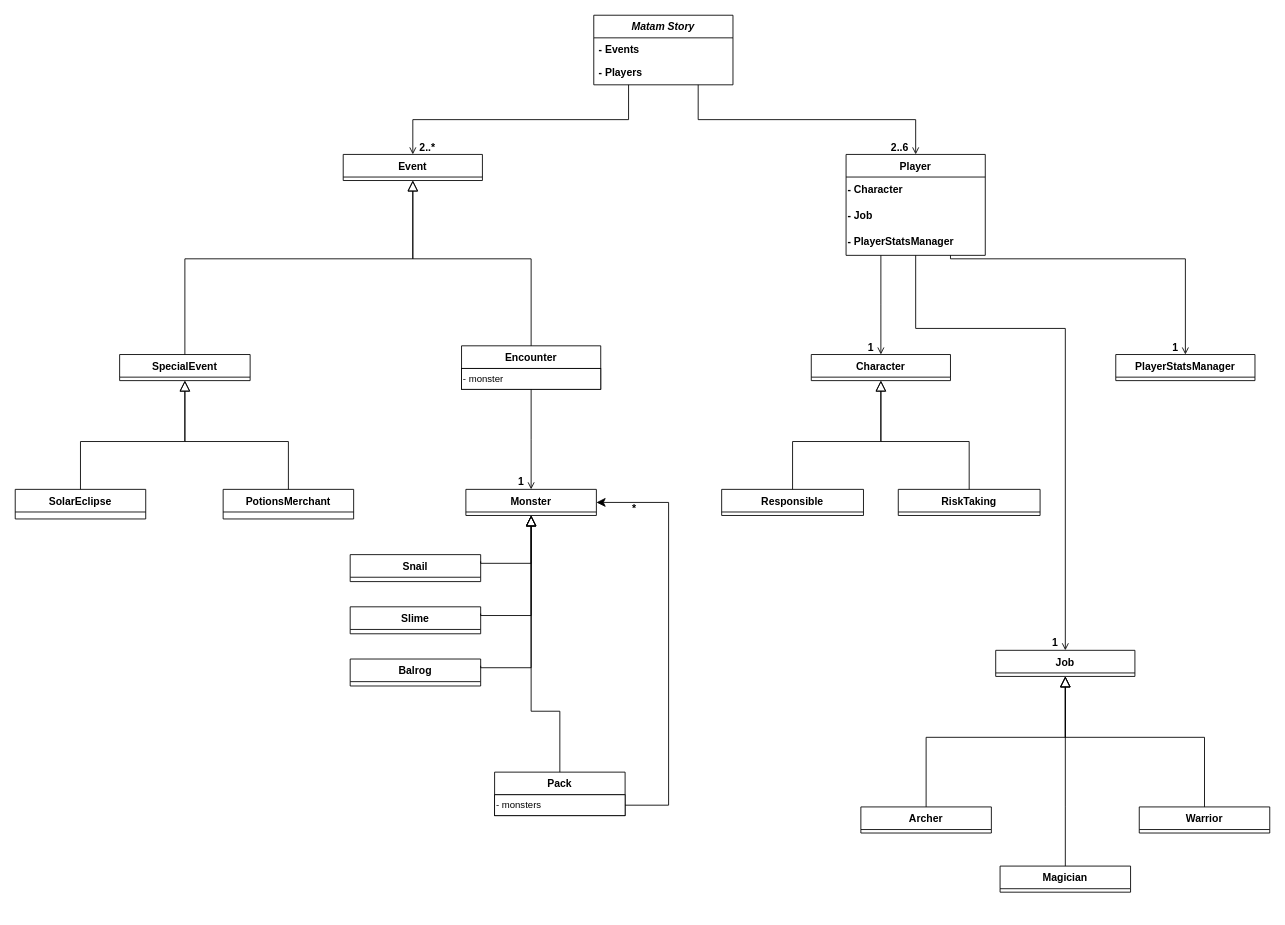
Earlier version of the draw.io diagram UML_for_dry.drawio (HssainAzaqy135/HW4_2425A). Source tidied: cells renumbered, new cells numbered last; positions are measured from the earlier drawing's top-left corner, leaving out a move shared by most shapes. Both pictures are drawn from the tidied source at 87%, with x=0, y=0 at pixel (15, 15).
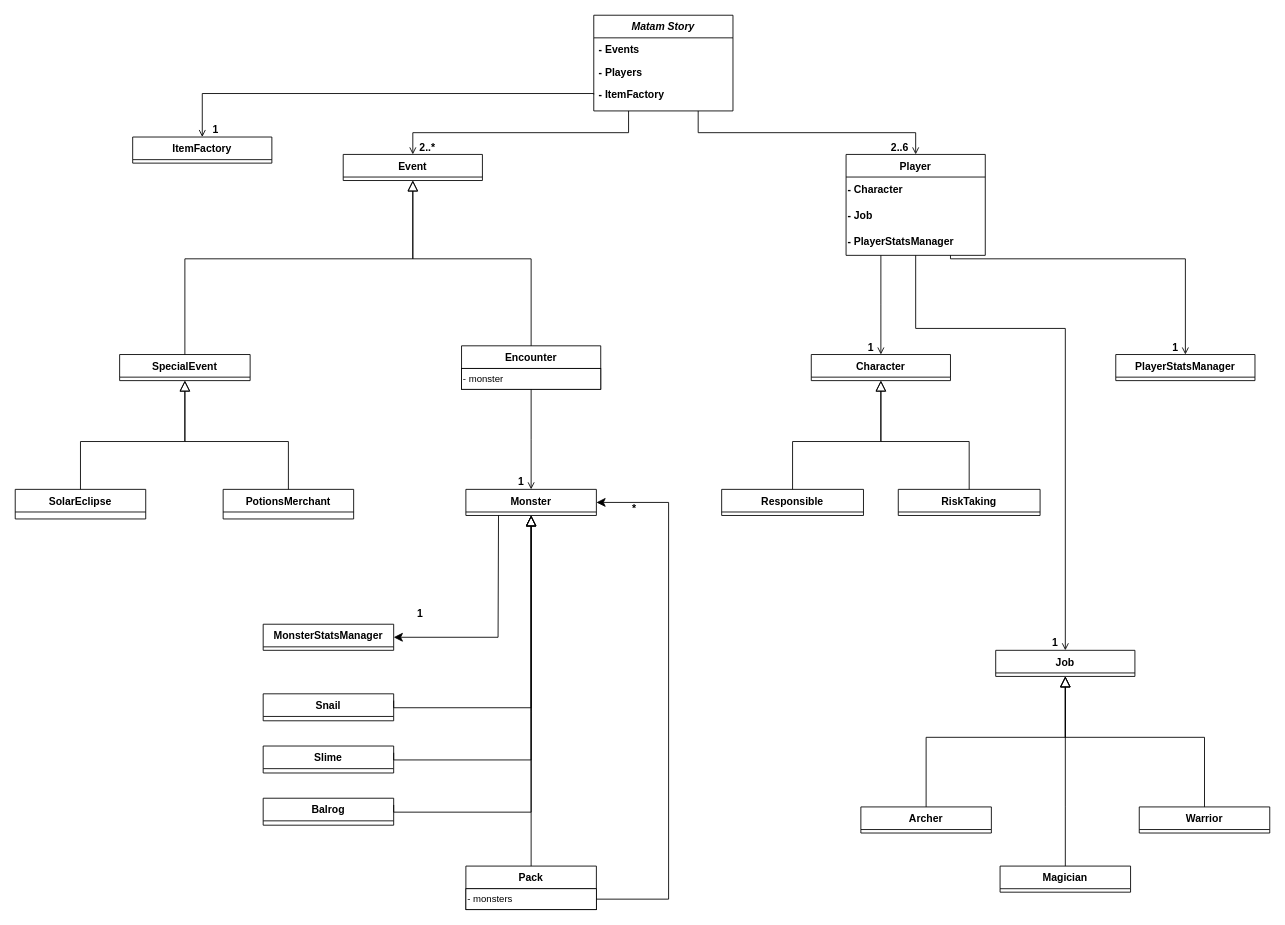
After the change.

The change refers to these unchanged cells:
```xml
<mxCell id="36" value="Monster" style="swimlane;fontStyle=1;align=center;verticalAlign=top;horizontal=1;startSize=26;rounded=0;shadow=0;strokeWidth=1;" parent="1" vertex="1">
  <mxGeometry x="518" y="545" width="150" height="30" as="geometry" />
</mxCell>
```

Diff of the diagram source:
```diff
@@
     <mxCell id="2" value="Matam Story" style="swimlane;fontStyle=3;align=center;verticalAlign=top;horizontal=1;startSize=26;rounded=0;shadow=0;strokeWidth=1;" parent="1" vertex="1">
-      <mxGeometry x="665" width="160" height="80" as="geometry" />
+      <mxGeometry x="665" width="160" height="110" as="geometry" />
     </mxCell>
@@
+    <mxCell id="56" value="- ItemFactory" style="text;align=left;verticalAlign=top;spacingLeft=4;spacingRight=4;overflow=hidden;points=[[0,0.5],[1,0.5]];portConstraint=eastwest;rounded=0;shadow=0;html=0;fontStyle=1;" parent="2" vertex="1">
+      <mxGeometry y="78" width="160" height="26" as="geometry" />
+    </mxCell>
@@
     <mxCell id="37" value="Balrog" style="swimlane;fontStyle=1;align=center;verticalAlign=top;horizontal=1;startSize=26;whiteSpace=wrap;html=1;" parent="1" vertex="1">
-      <mxGeometry x="385" y="740" width="150" height="31" as="geometry" />
+      <mxGeometry x="285" y="900" width="150" height="31" as="geometry" />
     </mxCell>
     <mxCell id="38" value="Snail" style="swimlane;fontStyle=1;align=center;verticalAlign=top;horizontal=1;startSize=26;whiteSpace=wrap;html=1;" parent="1" vertex="1">
-      <mxGeometry x="385" y="620" width="150" height="31" as="geometry" />
+      <mxGeometry x="285" y="780" width="150" height="31" as="geometry" />
     </mxCell>
     <mxCell id="39" value="Pack" style="swimlane;fontStyle=1;align=center;verticalAlign=top;horizontal=1;startSize=26;whiteSpace=wrap;html=1;" parent="1" vertex="1">
-      <mxGeometry x="551" y="870" width="150" height="50" as="geometry" />
+      <mxGeometry x="518" y="978" width="150" height="50" as="geometry" />
     </mxCell>
@@
     <mxCell id="41" value="Slime" style="swimlane;fontStyle=1;align=center;verticalAlign=top;horizontal=1;startSize=26;whiteSpace=wrap;html=1;" parent="1" vertex="1">
-      <mxGeometry x="385" y="680" width="150" height="31" as="geometry" />
+      <mxGeometry x="285" y="840" width="150" height="31" as="geometry" />
     </mxCell>
@@
     <mxCell id="48" style="endArrow=block;endSize=10;endFill=0;shadow=0;strokeWidth=1;rounded=0;edgeStyle=elbowEdgeStyle;elbow=vertical;entryX=0.5;entryY=1;entryDx=0;entryDy=0;fontStyle=1;exitX=1;exitY=0.25;exitDx=0;exitDy=0;" parent="1" edge="1" source="38" target="36">
       <mxGeometry relative="1" as="geometry">
         <Array as="points">
-          <mxPoint x="573" y="630" />
+          <mxPoint x="505" y="796" />
           <mxPoint x="601" y="845" />
         </Array>
       </mxGeometry>
     </mxCell>
     <mxCell id="49" style="endArrow=block;endSize=10;endFill=0;shadow=0;strokeWidth=1;rounded=0;edgeStyle=elbowEdgeStyle;elbow=vertical;entryX=0.5;entryY=1;entryDx=0;entryDy=0;fontStyle=1;exitX=1;exitY=0.25;exitDx=0;exitDy=0;" parent="1" edge="1" source="41" target="36">
       <mxGeometry relative="1" as="geometry">
         <Array as="points">
-          <mxPoint x="573" y="690" />
+          <mxPoint x="505" y="856" />
           <mxPoint x="611" y="855" />
         </Array>
       </mxGeometry>
     </mxCell>
     <mxCell id="50" style="endArrow=block;endSize=10;endFill=0;shadow=0;strokeWidth=1;rounded=0;edgeStyle=elbowEdgeStyle;elbow=vertical;fontStyle=1;exitX=1;exitY=0.25;exitDx=0;exitDy=0;entryX=0.5;entryY=1;entryDx=0;entryDy=0;" parent="1" edge="1" source="37" target="36">
       <mxGeometry relative="1" as="geometry">
         <Array as="points">
-          <mxPoint x="573" y="750" />
+          <mxPoint x="525" y="916" />
           <mxPoint x="621" y="865" />
         </Array>
       </mxGeometry>
     </mxCell>
@@
+    <mxCell id="57" value="MonsterStatsManager" style="swimlane;fontStyle=1;align=center;verticalAlign=top;horizontal=1;startSize=26;rounded=0;shadow=0;strokeWidth=1;" parent="1" vertex="1">
+      <mxGeometry x="285" y="700" width="150" height="30" as="geometry" />
+    </mxCell>
+    <mxCell id="58" style="edgeStyle=elbowEdgeStyle;elbow=horizontal;endArrow=classic;html=1;curved=0;rounded=0;endSize=8;startSize=8;entryX=1;entryY=0.5;entryDx=0;entryDy=0;exitX=0.25;exitY=1;exitDx=0;exitDy=0;" parent="1" edge="1" source="36" target="57">
+      <mxGeometry relative="1" as="geometry">
+        <Array as="points">
+          <mxPoint x="555" y="640" />
+        </Array>
+      </mxGeometry>
+    </mxCell>
+    <mxCell id="59" value="1" style="align=right;verticalAlign=bottom;labelBackgroundColor=none;fontSize=12;fontStyle=1;direction=south;" parent="1" vertex="1">
+      <mxGeometry x="435" y="630" as="geometry">
+        <mxPoint x="35" y="66" as="offset" />
+      </mxGeometry>
+    </mxCell>
+    <mxCell id="60" value="ItemFactory" style="swimlane;fontStyle=1;align=center;verticalAlign=top;horizontal=1;startSize=26;rounded=0;shadow=0;strokeWidth=1;" parent="1" vertex="1">
+      <mxGeometry x="135" y="140" width="160" height="30" as="geometry" />
+    </mxCell>
+    <mxCell id="61" style="endArrow=open;shadow=0;strokeWidth=1;rounded=0;endFill=1;edgeStyle=elbowEdgeStyle;elbow=vertical;exitX=0;exitY=0.5;exitDx=0;exitDy=0;fontStyle=1;entryX=0.5;entryY=0;entryDx=0;entryDy=0;" parent="1" edge="1" source="56" target="60">
+      <mxGeometry x="0.5" y="41" relative="1" as="geometry">
+        <Array as="points">
+          <mxPoint x="585" y="90" />
+          <mxPoint x="445" y="90" />
+        </Array>
+        <mxPoint x="-40" y="32" as="offset" />
+      </mxGeometry>
+    </mxCell>
+    <mxCell id="62" value="1" style="align=right;verticalAlign=bottom;labelBackgroundColor=none;fontSize=12;fontStyle=1;" parent="61" vertex="1">
+      <mxGeometry x="1" relative="1" as="geometry">
+        <mxPoint x="20" as="offset" />
+      </mxGeometry>
+    </mxCell>
```
